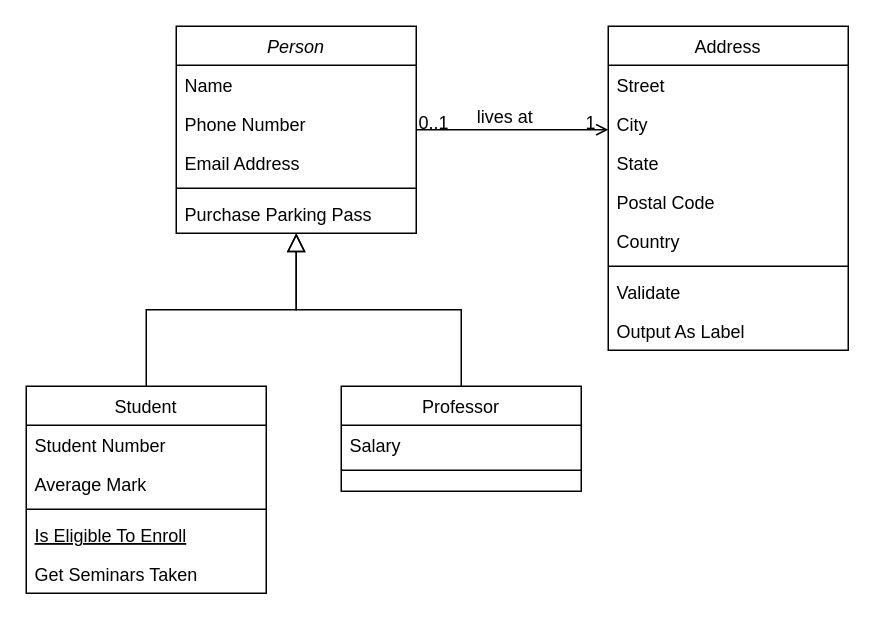
Above: DesarrolloOrientadoObjetos/parcial1.drawio in monick96/PracticeCsharp (draw.io), before the change. Source tidied: cells renumbered, new cells numbered last; positions are measured from the earlier drawing's top-left corner, leaving out a move shared by most shapes. Both pictures are drawn from the tidied source at 150%, with x=0, y=0 at pixel (26, 26).
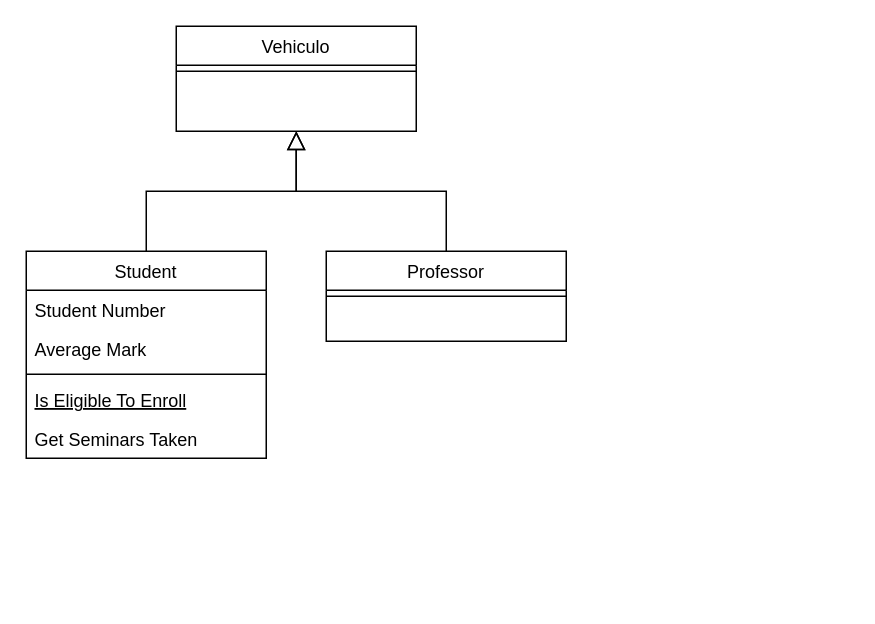
Above is the later version.

Diff of the diagram source:
```diff
@@
-    <mxCell id="2" value="Person" style="swimlane;fontStyle=2;align=center;verticalAlign=top;horizontal=1;startSize=26;rounded=0;shadow=0;strokeWidth=1;" parent="1" vertex="1">
-      <mxGeometry x="100" width="160" height="138" as="geometry" />
+    <mxCell id="2" value="Vehiculo" style="swimlane;fontStyle=0;align=center;verticalAlign=top;horizontal=1;startSize=26;rounded=0;shadow=0;strokeWidth=1;" parent="1" vertex="1">
+      <mxGeometry x="100" width="160" height="70" as="geometry" />
     </mxCell>
-    <mxCell id="3" value="Name" style="text;align=left;verticalAlign=top;spacingLeft=4;spacingRight=4;overflow=hidden;" parent="2" vertex="1">
-      <mxGeometry y="26" width="160" height="26" as="geometry" />
-    </mxCell>
-    <mxCell id="4" value="Phone Number" style="text;align=left;verticalAlign=top;spacingLeft=4;spacingRight=4;overflow=hidden;rounded=0;shadow=0;html=0;" parent="2" vertex="1">
-      <mxGeometry y="52" width="160" height="26" as="geometry" />
-    </mxCell>
-    <mxCell id="5" value="Email Address" style="text;align=left;verticalAlign=top;spacingLeft=4;spacingRight=4;overflow=hidden;rounded=0;shadow=0;html=0;" parent="2" vertex="1">
-      <mxGeometry y="78" width="160" height="26" as="geometry" />
-    </mxCell>
     <mxCell id="6" style="line;html=1;strokeWidth=1;align=left;verticalAlign=middle;spacingTop=-1;spacingLeft=3;spacingRight=3;labelPosition=right;" parent="2" vertex="1">
-      <mxGeometry y="104" width="160" height="8" as="geometry" />
+      <mxGeometry y="26" width="160" height="8" as="geometry" />
     </mxCell>
-    <mxCell id="7" value="Purchase Parking Pass" style="text;align=left;verticalAlign=top;spacingLeft=4;spacingRight=4;overflow=hidden;" parent="2" vertex="1">
-      <mxGeometry y="112" width="160" height="26" as="geometry" />
-    </mxCell>
     <mxCell id="8" value="Student" style="swimlane;fontStyle=0;align=center;verticalAlign=top;horizontal=1;startSize=26;rounded=0;shadow=0;strokeWidth=1;" parent="1" vertex="1">
-      <mxGeometry y="240" width="160" height="138" as="geometry" />
+      <mxGeometry y="150" width="160" height="138" as="geometry" />
     </mxCell>
@@
     <mxCell id="15" value="Professor" style="swimlane;fontStyle=0;align=center;verticalAlign=top;horizontal=1;startSize=26;rounded=0;shadow=0;strokeWidth=1;" parent="1" vertex="1">
-      <mxGeometry x="210" y="240" width="160" height="70" as="geometry" />
+      <mxGeometry x="200" y="150" width="160" height="60" as="geometry" />
     </mxCell>
-    <mxCell id="16" value="Salary" style="text;align=left;verticalAlign=top;spacingLeft=4;spacingRight=4;overflow=hidden;" parent="15" vertex="1">
-      <mxGeometry y="26" width="160" height="26" as="geometry" />
-    </mxCell>
     <mxCell id="17" style="line;html=1;strokeWidth=1;align=left;verticalAlign=middle;spacingTop=-1;spacingLeft=3;spacingRight=3;labelPosition=right;" parent="15" vertex="1">
-      <mxGeometry y="52" width="160" height="8" as="geometry" />
+      <mxGeometry y="26" width="160" height="8" as="geometry" />
     </mxCell>
@@
-    <mxCell id="19" value="Address" style="swimlane;fontStyle=0;align=center;verticalAlign=top;horizontal=1;startSize=26;rounded=0;shadow=0;strokeWidth=1;" parent="1" vertex="1">
-      <mxGeometry x="388" width="160" height="216" as="geometry" />
-    </mxCell>
-    <mxCell id="20" value="Street" style="text;align=left;verticalAlign=top;spacingLeft=4;spacingRight=4;overflow=hidden;" parent="19" vertex="1">
-      <mxGeometry y="26" width="160" height="26" as="geometry" />
-    </mxCell>
-    <mxCell id="21" value="City" style="text;align=left;verticalAlign=top;spacingLeft=4;spacingRight=4;overflow=hidden;rounded=0;shadow=0;html=0;" parent="19" vertex="1">
-      <mxGeometry y="52" width="160" height="26" as="geometry" />
-    </mxCell>
-    <mxCell id="22" value="State" style="text;align=left;verticalAlign=top;spacingLeft=4;spacingRight=4;overflow=hidden;rounded=0;shadow=0;html=0;" parent="19" vertex="1">
-      <mxGeometry y="78" width="160" height="26" as="geometry" />
-    </mxCell>
-    <mxCell id="23" value="Postal Code" style="text;align=left;verticalAlign=top;spacingLeft=4;spacingRight=4;overflow=hidden;rounded=0;shadow=0;html=0;" parent="19" vertex="1">
-      <mxGeometry y="104" width="160" height="26" as="geometry" />
-    </mxCell>
-    <mxCell id="24" value="Country" style="text;align=left;verticalAlign=top;spacingLeft=4;spacingRight=4;overflow=hidden;rounded=0;shadow=0;html=0;" parent="19" vertex="1">
-      <mxGeometry y="130" width="160" height="26" as="geometry" />
-    </mxCell>
-    <mxCell id="25" style="line;html=1;strokeWidth=1;align=left;verticalAlign=middle;spacingTop=-1;spacingLeft=3;spacingRight=3;labelPosition=right;" parent="19" vertex="1">
-      <mxGeometry y="156" width="160" height="8" as="geometry" />
-    </mxCell>
-    <mxCell id="26" value="Validate" style="text;align=left;verticalAlign=top;spacingLeft=4;spacingRight=4;overflow=hidden;" parent="19" vertex="1">
-      <mxGeometry y="164" width="160" height="26" as="geometry" />
-    </mxCell>
-    <mxCell id="27" value="Output As Label" style="text;align=left;verticalAlign=top;spacingLeft=4;spacingRight=4;overflow=hidden;" parent="19" vertex="1">
-      <mxGeometry y="190" width="160" height="26" as="geometry" />
-    </mxCell>
-    <mxCell id="28" style="endArrow=open;shadow=0;strokeWidth=1;rounded=0;curved=0;endFill=1;edgeStyle=elbowEdgeStyle;elbow=vertical;" parent="1" edge="1" source="2" target="19">
-      <mxGeometry x="0.5" y="41" relative="1" as="geometry">
-        <mxPoint x="-40" y="32" as="offset" />
-      </mxGeometry>
-    </mxCell>
-    <mxCell id="29" value="0..1" style="align=left;verticalAlign=bottom;labelBackgroundColor=none;fontSize=12;" parent="28" vertex="1">
-      <mxGeometry x="-1" relative="1" as="geometry">
-        <mxPoint y="4" as="offset" />
-      </mxGeometry>
-    </mxCell>
-    <mxCell id="30" value="1" style="align=right;verticalAlign=bottom;labelBackgroundColor=none;fontSize=12;" parent="28" vertex="1">
-      <mxGeometry x="1" relative="1" as="geometry">
-        <mxPoint x="-7" y="4" as="offset" />
-      </mxGeometry>
-    </mxCell>
-    <mxCell id="31" value="lives at" style="text;html=1;align=center;verticalAlign=middle;labelBackgroundColor=none;rounded=0;shadow=0;strokeWidth=1;fontSize=12;" parent="28" vertex="1">
-      <mxGeometry x="0.5" y="49" relative="1" as="geometry">
-        <mxPoint x="-38" y="40" as="offset" />
-      </mxGeometry>
-    </mxCell>
```
